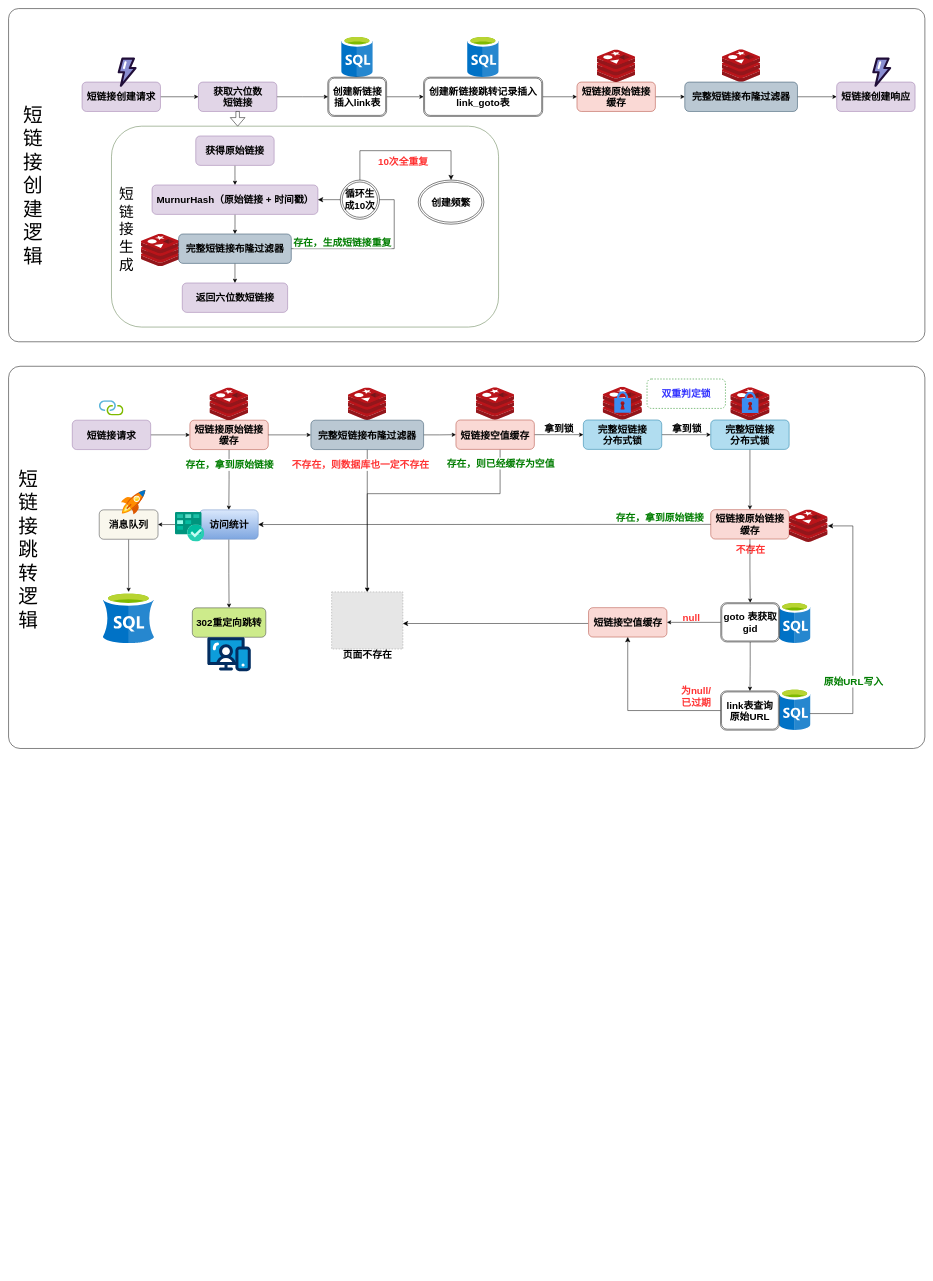
The draw.io diagram 短链接跳转逻辑.drawio in ZZH86/Java_learn, before the edit. Source tidied: cells renumbered, new cells numbered last; positions are measured from the earlier drawing's top-left corner, leaving out a move shared by most shapes. Both pictures are drawn from the tidied source at 49%, with x=0, y=0 at pixel (8, 8). Pictures stored in the file or linked from it are replaced by grey dashed boxes.
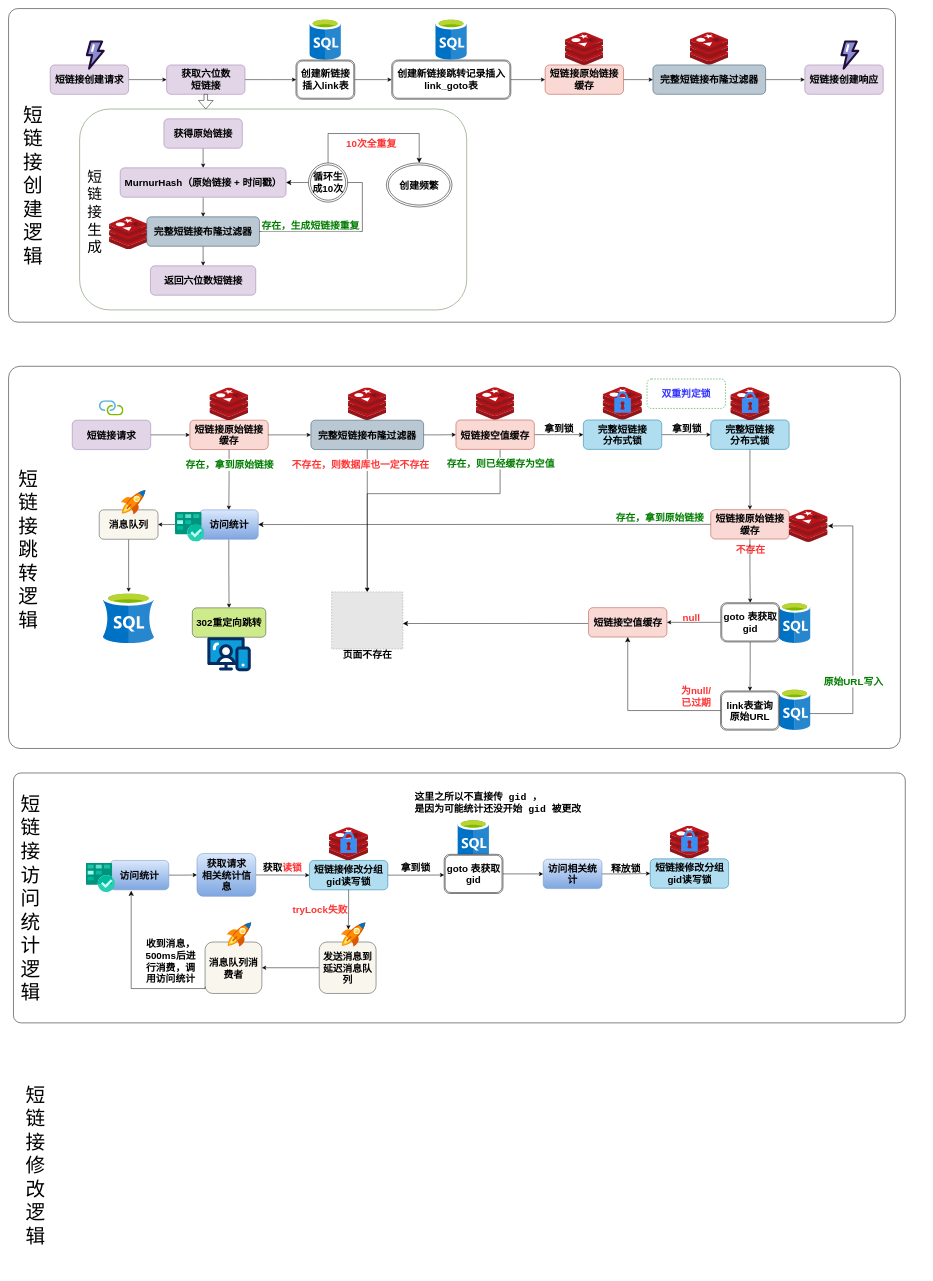
The same page after the edit.

Commit message (it also covers changes not shown here):
更新短链接跳转逻辑.drawio

Diff of the diagram source:
```diff
@@
+    <mxCell id="102" style="rounded=1;whiteSpace=wrap;html=1;arcSize=3;" parent="1" vertex="1">
+      <mxGeometry x="10" y="1560" width="1820" height="510" as="geometry" />
+    </mxCell>
     <mxCell id="2" style="rounded=1;whiteSpace=wrap;html=1;arcSize=3;" parent="1" vertex="1">
-      <mxGeometry width="1870" height="680" as="geometry" />
+      <mxGeometry width="1810" height="640" as="geometry" />
     </mxCell>
     <mxCell id="3" style="rounded=1;whiteSpace=wrap;html=1;strokeColor=#557543;" parent="1" vertex="1">
-      <mxGeometry x="210" y="240" width="790" height="410" as="geometry" />
+      <mxGeometry x="145" y="205" width="790" height="410" as="geometry" />
     </mxCell>
     <mxCell id="4" style="rounded=1;whiteSpace=wrap;html=1;arcSize=3;" parent="1" vertex="1">
-      <mxGeometry y="730" width="1870" height="780" as="geometry" />
+      <mxGeometry y="730" width="1820" height="780" as="geometry" />
     </mxCell>
@@
     <mxCell id="68" value="&lt;font style=&quot;font-size: 20px;&quot;&gt;&lt;b&gt;短链接创建请求&lt;/b&gt;&lt;/font&gt;" style="rounded=1;whiteSpace=wrap;html=1;fillColor=#e1d5e7;strokeColor=#9673a6;" parent="1" vertex="1">
-      <mxGeometry x="150" y="150" width="160" height="60" as="geometry" />
+      <mxGeometry x="85" y="115" width="160" height="60" as="geometry" />
     </mxCell>
     <mxCell id="69" style="verticalLabelPosition=bottom;html=1;shape=mxgraph.salesforce.platform;" parent="1" vertex="1">
-      <mxGeometry x="222.5" y="100" width="39" height="60" as="geometry" />
+      <mxGeometry x="157.5" y="65" width="39" height="60" as="geometry" />
     </mxCell>
     <mxCell id="70" style="edgeStyle=orthogonalEdgeStyle;rounded=0;jettySize=auto;html=1;" parent="1" edge="1" source="71">
       <mxGeometry relative="1" as="geometry">
-        <mxPoint x="652" y="180" as="targetPoint" />
+        <mxPoint x="587" y="145" as="targetPoint" />
       </mxGeometry>
     </mxCell>
     <mxCell id="71" value="&lt;font style=&quot;font-size: 20px;&quot;&gt;&lt;b&gt;获取六位数&lt;br&gt;短链接&lt;/b&gt;&lt;/font&gt;" style="rounded=1;whiteSpace=wrap;html=1;fillColor=#e1d5e7;strokeColor=#9673a6;" parent="1" vertex="1">
-      <mxGeometry x="387.5" y="150" width="160" height="60" as="geometry" />
+      <mxGeometry x="322.5" y="115" width="160" height="60" as="geometry" />
     </mxCell>
@@
     <mxCell id="73" value="&lt;span style=&quot;font-size: 20px;&quot;&gt;&lt;b&gt;获得原始链接&lt;/b&gt;&lt;/span&gt;" style="rounded=1;whiteSpace=wrap;html=1;fillColor=#e1d5e7;strokeColor=#9673a6;" parent="1" vertex="1">
-      <mxGeometry x="382" y="260" width="160" height="60" as="geometry" />
+      <mxGeometry x="317" y="225" width="160" height="60" as="geometry" />
     </mxCell>
@@
     <mxCell id="75" value="&lt;span style=&quot;font-size: 20px;&quot;&gt;&lt;b&gt;MurnurHash（原始链接 + 时间戳）&lt;/b&gt;&lt;/span&gt;" style="rounded=1;whiteSpace=wrap;html=1;fillColor=#e1d5e7;strokeColor=#9673a6;" parent="1" vertex="1">
-      <mxGeometry x="292.8" y="360" width="338.5" height="60" as="geometry" />
+      <mxGeometry x="227.8" y="325" width="338.5" height="60" as="geometry" />
     </mxCell>
     <mxCell id="76" style="image;sketch=0;html=1;align=center;fontSize=12;image=img/lib/mscae/Cache_Redis_Product.svg;" parent="1" vertex="1">
-      <mxGeometry x="270.5" y="460" width="79" height="66.4" as="geometry" />
+      <mxGeometry x="205.5" y="425" width="79" height="66.4" as="geometry" />
     </mxCell>
@@
     <mxCell id="78" value="&lt;span style=&quot;font-size: 20px;&quot;&gt;&lt;b&gt;完整短链接布隆过滤器&lt;/b&gt;&lt;/span&gt;" style="rounded=1;whiteSpace=wrap;html=1;fillColor=#bac8d3;strokeColor=#23445d;" parent="1" vertex="1">
-      <mxGeometry x="347" y="460" width="230" height="60" as="geometry" />
+      <mxGeometry x="282" y="425" width="230" height="60" as="geometry" />
     </mxCell>
     <mxCell id="79" style="edgeStyle=elbowEdgeStyle;elbow=horizontal;endArrow=classic;html=1;curved=0;rounded=0;endSize=8;startSize=8;exitX=1;exitY=0.5;exitDx=0;exitDy=0;entryX=1;entryY=0.5;entryDx=0;entryDy=0;" parent="1" edge="1" source="78" target="75">
       <mxGeometry relative="1" as="geometry">
         <Array as="points">
-          <mxPoint x="787" y="460" />
+          <mxPoint x="722" y="425" />
         </Array>
       </mxGeometry>
     </mxCell>
     <mxCell id="80" value="&lt;font color=&quot;#007d00&quot; style=&quot;font-size: 20px;&quot;&gt;&lt;b&gt;存在，生成短链接重复&lt;/b&gt;&lt;/font&gt;" style="edgeLabel;html=1;align=center;verticalAlign=middle;" parent="1" vertex="1">
-      <mxGeometry x="687" y="430" as="geometry">
+      <mxGeometry x="622" y="395" as="geometry">
         <mxPoint x="-7" y="46" as="offset" />
       </mxGeometry>
     </mxCell>
     <mxCell id="81" value="&lt;b&gt;&lt;font style=&quot;font-size: 20px;&quot;&gt;循环生成10次&lt;/font&gt;&lt;/b&gt;" style="ellipse;shape=doubleEllipse;whiteSpace=wrap;html=1;" parent="1" vertex="1">
-      <mxGeometry x="677" y="350" width="80" height="80" as="geometry" />
+      <mxGeometry x="612" y="315" width="80" height="80" as="geometry" />
     </mxCell>
     <mxCell id="82" value="&lt;span style=&quot;font-size: 20px;&quot;&gt;&lt;b&gt;返回六位数短链接&lt;/b&gt;&lt;/span&gt;" style="rounded=1;whiteSpace=wrap;html=1;fillColor=#e1d5e7;strokeColor=#9673a6;" parent="1" vertex="1">
-      <mxGeometry x="354.5" y="560" width="215" height="60" as="geometry" />
+      <mxGeometry x="289.5" y="525" width="215" height="60" as="geometry" />
     </mxCell>
     <mxCell id="83" style="image;sketch=0;html=1;align=center;fontSize=12;image=img/lib/mscae/SQL_Database_generic.svg;" parent="1" vertex="1">
-      <mxGeometry x="679.2" y="55" width="64.6" height="85" as="geometry" />
+      <mxGeometry x="614.2" y="20" width="64.6" height="85" as="geometry" />
     </mxCell>
@@
     <mxCell id="85" value="&lt;font style=&quot;font-size: 20px;&quot;&gt;&lt;b&gt;创建新链接插入link表&lt;/b&gt;&lt;/font&gt;" style="shape=ext;double=1;rounded=1;whiteSpace=wrap;html=1;" parent="1" vertex="1">
-      <mxGeometry x="651.5" y="140" width="120" height="80" as="geometry" />
+      <mxGeometry x="586.5" y="105" width="120" height="80" as="geometry" />
     </mxCell>
@@
     <mxCell id="87" value="&lt;font style=&quot;font-size: 20px;&quot;&gt;&lt;b&gt;创建新链接跳转记录插入link_goto表&lt;/b&gt;&lt;/font&gt;" style="shape=ext;double=1;rounded=1;whiteSpace=wrap;html=1;" parent="1" vertex="1">
-      <mxGeometry x="847" y="140" width="243" height="80" as="geometry" />
+      <mxGeometry x="782" y="105" width="243" height="80" as="geometry" />
     </mxCell>
     <mxCell id="88" style="image;sketch=0;html=1;align=center;fontSize=12;image=img/lib/mscae/SQL_Database_generic.svg;" parent="1" vertex="1">
-      <mxGeometry x="936.2" y="55" width="64.6" height="85" as="geometry" />
+      <mxGeometry x="871.2" y="20" width="64.6" height="85" as="geometry" />
     </mxCell>
@@
     <mxCell id="90" value="&lt;span style=&quot;font-size: 20px;&quot;&gt;&lt;b&gt;短链接原始链接缓存&lt;/b&gt;&lt;/span&gt;" style="rounded=1;whiteSpace=wrap;html=1;fillColor=#fad9d5;strokeColor=#ae4132;" parent="1" vertex="1">
-      <mxGeometry x="1160" y="150" width="160" height="60" as="geometry" />
+      <mxGeometry x="1095" y="115" width="160" height="60" as="geometry" />
     </mxCell>
     <mxCell id="91" style="image;sketch=0;html=1;align=center;fontSize=12;image=img/lib/mscae/Cache_Redis_Product.svg;" parent="1" vertex="1">
-      <mxGeometry x="1200.5" y="84" width="79" height="66.4" as="geometry" />
+      <mxGeometry x="1135.5" y="49" width="79" height="66.4" as="geometry" />
     </mxCell>
     <mxCell id="92" style="image;sketch=0;html=1;align=center;fontSize=12;image=img/lib/mscae/Cache_Redis_Product.svg;" parent="1" vertex="1">
-      <mxGeometry x="1455.5" y="83.6" width="79" height="66.4" as="geometry" />
+      <mxGeometry x="1390.5" y="48.6" width="79" height="66.4" as="geometry" />
     </mxCell>
@@
     <mxCell id="94" value="&lt;span style=&quot;font-size: 20px;&quot;&gt;&lt;b&gt;完整短链接布隆过滤器&lt;/b&gt;&lt;/span&gt;" style="rounded=1;whiteSpace=wrap;html=1;fillColor=#bac8d3;strokeColor=#23445d;" parent="1" vertex="1">
-      <mxGeometry x="1380" y="150" width="230" height="60" as="geometry" />
+      <mxGeometry x="1315" y="115" width="230" height="60" as="geometry" />
     </mxCell>
     <mxCell id="95" value="&lt;font style=&quot;font-size: 20px;&quot;&gt;&lt;b&gt;短链接创建响应&lt;/b&gt;&lt;/font&gt;" style="rounded=1;whiteSpace=wrap;html=1;fillColor=#e1d5e7;strokeColor=#9673a6;" parent="1" vertex="1">
-      <mxGeometry x="1690" y="150" width="160" height="60" as="geometry" />
+      <mxGeometry x="1625" y="115" width="160" height="60" as="geometry" />
     </mxCell>
     <mxCell id="96" style="verticalLabelPosition=bottom;html=1;shape=mxgraph.salesforce.platform;" parent="1" vertex="1">
-      <mxGeometry x="1762.5" y="100" width="39" height="60" as="geometry" />
+      <mxGeometry x="1697.5" y="65" width="39" height="60" as="geometry" />
     </mxCell>
     <mxCell id="97" value="&lt;font style=&quot;font-size: 30px;&quot;&gt;短链接&lt;br&gt;生成&lt;br&gt;&lt;/font&gt;" style="text;html=1;strokeColor=none;fillColor=none;align=center;verticalAlign=middle;whiteSpace=wrap;rounded=0;" parent="1" vertex="1">
-      <mxGeometry x="210.5" y="280" width="60" height="340" as="geometry" />
+      <mxGeometry x="145.5" y="245" width="60" height="340" as="geometry" />
     </mxCell>
     <mxCell id="98" style="shape=singleArrow;direction=south;whiteSpace=wrap;html=1;arrowWidth=0.24057889225507484;arrowSize=0.5845293468899172;" parent="1" vertex="1">
-      <mxGeometry x="452.5" y="210" width="30" height="30" as="geometry" />
+      <mxGeometry x="387.5" y="175" width="30" height="30" as="geometry" />
     </mxCell>
     <mxCell id="99" value="&lt;font style=&quot;font-size: 20px;&quot;&gt;&lt;b&gt;创建频繁&lt;/b&gt;&lt;/font&gt;" style="ellipse;shape=doubleEllipse;whiteSpace=wrap;html=1;" parent="1" vertex="1">
-      <mxGeometry x="836" y="350" width="134" height="90" as="geometry" />
+      <mxGeometry x="771" y="315" width="134" height="90" as="geometry" />
     </mxCell>
     <mxCell id="100" style="edgeStyle=elbowEdgeStyle;elbow=vertical;endArrow=classic;html=1;curved=0;rounded=0;endSize=8;startSize=8;exitX=0.5;exitY=0;exitDx=0;exitDy=0;entryX=0.5;entryY=0;entryDx=0;entryDy=0;" parent="1" edge="1" source="81" target="99">
       <mxGeometry relative="1" as="geometry">
         <Array as="points">
-          <mxPoint x="820" y="290" />
+          <mxPoint x="755" y="255" />
         </Array>
       </mxGeometry>
     </mxCell>
     <mxCell id="101" value="&lt;font color=&quot;#ff3333&quot;&gt;&lt;span style=&quot;font-size: 20px;&quot;&gt;&lt;b&gt;10次全重复&lt;/b&gt;&lt;/span&gt;&lt;/font&gt;" style="edgeLabel;html=1;align=center;verticalAlign=middle;" parent="1" vertex="1">
-      <mxGeometry x="804.7" y="310" as="geometry" />
+      <mxGeometry x="739.7" y="275" as="geometry" />
     </mxCell>
+    <mxCell id="103" value="&lt;font style=&quot;font-size: 40px;&quot;&gt;短链接访问统计逻辑&lt;/font&gt;" style="text;html=1;strokeColor=none;fillColor=none;align=center;verticalAlign=middle;whiteSpace=wrap;rounded=0;" parent="1" vertex="1">
+      <mxGeometry x="10" y="1595" width="70" height="440" as="geometry" />
+    </mxCell>
+    <mxCell id="104" style="edgeStyle=orthogonalEdgeStyle;rounded=0;jettySize=auto;html=1;" parent="1" edge="1" source="105" target="108">
+      <mxGeometry relative="1" as="geometry" />
+    </mxCell>
+    <mxCell id="105" value="&lt;font style=&quot;font-size: 20px;&quot;&gt;&lt;b&gt;访问统计&lt;/b&gt;&lt;/font&gt;" style="rounded=1;whiteSpace=wrap;html=1;fillColor=#dae8fc;gradientColor=#7ea6e0;strokeColor=#6c8ebf;" parent="1" vertex="1">
+      <mxGeometry x="207" y="1738.5" width="120" height="60" as="geometry" />
+    </mxCell>
+    <mxCell id="106" style="image;sketch=0;html=1;align=center;fontSize=12;image=img/lib/mscae/Azure_Boards.svg;" parent="1" vertex="1">
+      <mxGeometry x="157.5" y="1743.5" width="60" height="60" as="geometry" />
+    </mxCell>
+    <mxCell id="107" style="edgeStyle=orthogonalEdgeStyle;rounded=0;jettySize=auto;html=1;" parent="1" edge="1" source="108" target="112">
+      <mxGeometry relative="1" as="geometry" />
+    </mxCell>
+    <mxCell id="108" value="&lt;font style=&quot;font-size: 20px;&quot;&gt;&lt;b&gt;获取请求&lt;br&gt;相关统计信息&lt;/b&gt;&lt;/font&gt;" style="rounded=1;whiteSpace=wrap;html=1;fillColor=#dae8fc;gradientColor=#7ea6e0;strokeColor=#6c8ebf;" parent="1" vertex="1">
+      <mxGeometry x="384.5" y="1724.3" width="120" height="87.5" as="geometry" />
+    </mxCell>
+    <mxCell id="109" style="image;sketch=0;html=1;align=center;fontSize=12;image=img/lib/mscae/Cache_Redis_Product.svg;" parent="1" vertex="1">
+      <mxGeometry x="654" y="1671.3" width="80" height="67.2" as="geometry" />
+    </mxCell>
+    <mxCell id="110" style="sketch=0;html=1;strokeColor=none;shadow=0;fillColor=#3B8DF1;verticalAlign=top;labelPosition=center;verticalLabelPosition=bottom;shape=mxgraph.gcp2.lock;" parent="1" vertex="1">
+      <mxGeometry x="677.1" y="1680.1" width="33.9" height="43.4" as="geometry" />
+    </mxCell>
+    <mxCell id="111" style="edgeStyle=orthogonalEdgeStyle;rounded=0;jettySize=auto;html=1;" parent="1" edge="1" source="112">
+      <mxGeometry relative="1" as="geometry">
+        <mxPoint x="889" y="1768.2" as="targetPoint" />
+      </mxGeometry>
+    </mxCell>
+    <mxCell id="112" value="&lt;span style=&quot;font-size: 20px;&quot;&gt;&lt;b&gt;短链接修改分组gid读写锁&lt;/b&gt;&lt;/span&gt;" style="rounded=1;whiteSpace=wrap;html=1;fillColor=#b1ddf0;strokeColor=#10739e;" parent="1" vertex="1">
+      <mxGeometry x="614" y="1738.5" width="160" height="60" as="geometry" />
+    </mxCell>
+    <mxCell id="113" value="&lt;b style=&quot;border-color: var(--border-color); color: rgb(0, 0, 0); font-family: Helvetica; font-size: 20px; font-style: normal; font-variant-ligatures: normal; font-variant-caps: normal; letter-spacing: normal; orphans: 2; text-align: center; text-indent: 0px; text-transform: none; widows: 2; word-spacing: 0px; -webkit-text-stroke-width: 0px; background-color: rgb(251, 251, 251); text-decoration-thickness: initial; text-decoration-style: initial; text-decoration-color: initial;&quot;&gt;获取&lt;/b&gt;&lt;b style=&quot;border-color: var(--border-color); font-family: Helvetica; font-size: 20px; font-style: normal; font-variant-ligatures: normal; font-variant-caps: normal; letter-spacing: normal; orphans: 2; text-align: center; text-indent: 0px; text-transform: none; widows: 2; word-spacing: 0px; -webkit-text-stroke-width: 0px; background-color: rgb(251, 251, 251); text-decoration-thickness: initial; text-decoration-style: initial; text-decoration-color: initial;&quot;&gt;&lt;font color=&quot;#ff3333&quot;&gt;读&lt;/font&gt;&lt;/b&gt;&lt;b style=&quot;border-color: var(--border-color); font-family: Helvetica; font-size: 20px; font-style: normal; font-variant-ligatures: normal; font-variant-caps: normal; letter-spacing: normal; orphans: 2; text-align: center; text-indent: 0px; text-transform: none; widows: 2; word-spacing: 0px; -webkit-text-stroke-width: 0px; background-color: rgb(251, 251, 251); text-decoration-thickness: initial; text-decoration-style: initial; text-decoration-color: initial;&quot;&gt;&lt;font color=&quot;#ff3333&quot;&gt;锁&lt;/font&gt;&lt;/b&gt;" style="text;whiteSpace=wrap;html=1;" parent="1" vertex="1">
+      <mxGeometry x="517" y="1735.2" width="90" height="30" as="geometry" />
+    </mxCell>
+    <mxCell id="114" value="&lt;div style=&quot;text-align: center;&quot;&gt;&lt;span style=&quot;background-color: initial; font-size: 20px;&quot;&gt;&lt;b&gt;拿到锁&lt;/b&gt;&lt;/span&gt;&lt;/div&gt;" style="text;whiteSpace=wrap;html=1;" parent="1" vertex="1">
+      <mxGeometry x="799" y="1735.2" width="90" height="30" as="geometry" />
+    </mxCell>
+    <mxCell id="115" style="edgeStyle=orthogonalEdgeStyle;rounded=0;jettySize=auto;html=1;entryX=0.495;entryY=-0.026;entryDx=0;entryDy=0;entryPerimeter=0;" parent="1" edge="1" source="112">
+      <mxGeometry relative="1" as="geometry">
+        <mxPoint x="693.4" y="1879.4" as="targetPoint" />
+      </mxGeometry>
+    </mxCell>
+    <mxCell id="116" value="&lt;div style=&quot;text-align: center;&quot;&gt;&lt;span style=&quot;background-color: initial; font-size: 20px;&quot;&gt;&lt;b&gt;&lt;font color=&quot;#ff3333&quot;&gt;tryLock失败&lt;/font&gt;&lt;/b&gt;&lt;/span&gt;&lt;/div&gt;" style="text;whiteSpace=wrap;html=1;" parent="1" vertex="1">
+      <mxGeometry x="577.5" y="1821" width="116.5" height="30" as="geometry" />
+    </mxCell>
+    <mxCell id="117" style="edgeStyle=orthogonalEdgeStyle;rounded=0;jettySize=auto;html=1;" parent="1" edge="1" source="118" target="130">
+      <mxGeometry relative="1" as="geometry" />
+    </mxCell>
+    <mxCell id="118" value="&lt;font style=&quot;font-size: 20px;&quot;&gt;&lt;b&gt;发送消息到延迟&lt;/b&gt;&lt;b style=&quot;background-color: initial;&quot;&gt;消息队列&lt;/b&gt;&lt;b&gt;&lt;br&gt;&lt;/b&gt;&lt;/font&gt;" style="rounded=1;whiteSpace=wrap;html=1;fillColor=#f9f7ed;strokeColor=#36393d;" parent="1" vertex="1">
+      <mxGeometry x="634" y="1905" width="116" height="105" as="geometry" />
+    </mxCell>
+    <mxCell id="119" style="image;sketch=0;html=1;align=center;fontSize=12;image=img/lib/mscae/Quick_Start_Center.svg;" parent="1" vertex="1">
+      <mxGeometry x="679" y="1865" width="50" height="50" as="geometry" />
+    </mxCell>
+    <mxCell id="120" value="&lt;pre style=&quot;font-family: 宋体, monospace; line-height: 30%; font-size: 20px;&quot;&gt;&lt;span style=&quot;background-color: rgb(255, 255, 255);&quot;&gt;&lt;b style=&quot;&quot;&gt;&lt;font style=&quot;font-size: 20px;&quot;&gt;这里之所以不直接传&lt;span style=&quot;font-family: &amp;quot;JetBrains Mono&amp;quot;, monospace;&quot;&gt; gid &lt;/span&gt;，&lt;/font&gt;&lt;/b&gt;&lt;/span&gt;&lt;/pre&gt;&lt;pre style=&quot;font-family: 宋体, monospace; line-height: 30%; font-size: 20px;&quot;&gt;&lt;span style=&quot;background-color: rgb(255, 255, 255);&quot;&gt;&lt;b style=&quot;&quot;&gt;&lt;font style=&quot;font-size: 20px;&quot;&gt;是因为可能统计还没开始&lt;span style=&quot;font-family: &amp;quot;JetBrains Mono&amp;quot;, monospace;&quot;&gt; gid &lt;/span&gt;被更改&lt;/font&gt;&lt;/b&gt;&lt;/span&gt;&lt;/pre&gt;" style="text;whiteSpace=wrap;html=1;" parent="1" vertex="1">
+      <mxGeometry x="827" y="1579.5" width="308.5" height="74" as="geometry" />
+    </mxCell>
+    <mxCell id="121" style="image;sketch=0;html=1;align=center;fontSize=12;image=img/lib/mscae/SQL_Database_generic.svg;" parent="1" vertex="1">
+      <mxGeometry x="916.4" y="1653.5" width="64.6" height="85" as="geometry" />
+    </mxCell>
+    <mxCell id="122" style="edgeStyle=orthogonalEdgeStyle;rounded=0;jettySize=auto;html=1;" parent="1" edge="1" source="123" target="125">
+      <mxGeometry relative="1" as="geometry" />
+    </mxCell>
+    <mxCell id="123" value="&lt;font style=&quot;font-size: 20px;&quot;&gt;&lt;b&gt;goto 表获取gid&lt;/b&gt;&lt;/font&gt;" style="shape=ext;double=1;rounded=1;whiteSpace=wrap;html=1;" parent="1" vertex="1">
+      <mxGeometry x="889" y="1726" width="120" height="80" as="geometry" />
+    </mxCell>
+    <mxCell id="124" style="edgeStyle=orthogonalEdgeStyle;rounded=0;jettySize=auto;html=1;" parent="1" edge="1" source="125" target="128">
+      <mxGeometry relative="1" as="geometry" />
+    </mxCell>
+    <mxCell id="125" value="&lt;span style=&quot;font-size: 20px;&quot;&gt;&lt;b&gt;访问相关统计&lt;/b&gt;&lt;/span&gt;" style="rounded=1;whiteSpace=wrap;html=1;fillColor=#dae8fc;gradientColor=#7ea6e0;strokeColor=#6c8ebf;" parent="1" vertex="1">
+      <mxGeometry x="1091.1" y="1736" width="120" height="60" as="geometry" />
+    </mxCell>
+    <mxCell id="126" style="image;sketch=0;html=1;align=center;fontSize=12;image=img/lib/mscae/Cache_Redis_Product.svg;" parent="1" vertex="1">
+      <mxGeometry x="1349.5" y="1668" width="80" height="67.2" as="geometry" />
+    </mxCell>
+    <mxCell id="127" style="sketch=0;html=1;strokeColor=none;shadow=0;fillColor=#3B8DF1;verticalAlign=top;labelPosition=center;verticalLabelPosition=bottom;shape=mxgraph.gcp2.lock;" parent="1" vertex="1">
+      <mxGeometry x="1372.6" y="1676.8" width="33.9" height="43.4" as="geometry" />
+    </mxCell>
+    <mxCell id="128" value="&lt;span style=&quot;font-size: 20px;&quot;&gt;&lt;b&gt;短链接修改分组gid读写锁&lt;/b&gt;&lt;/span&gt;" style="rounded=1;whiteSpace=wrap;html=1;fillColor=#b1ddf0;strokeColor=#10739e;" parent="1" vertex="1">
+      <mxGeometry x="1309.5" y="1735.2" width="160" height="60" as="geometry" />
+    </mxCell>
+    <mxCell id="129" value="&lt;div style=&quot;text-align: center;&quot;&gt;&lt;span style=&quot;background-color: initial; font-size: 20px;&quot;&gt;&lt;b&gt;释放锁&lt;/b&gt;&lt;/span&gt;&lt;/div&gt;" style="text;whiteSpace=wrap;html=1;" parent="1" vertex="1">
+      <mxGeometry x="1227.5" y="1736" width="90" height="30" as="geometry" />
+    </mxCell>
+    <mxCell id="130" value="&lt;font style=&quot;font-size: 20px;&quot;&gt;&lt;b&gt;消息队列消费者&lt;br&gt;&lt;/b&gt;&lt;/font&gt;" style="rounded=1;whiteSpace=wrap;html=1;fillColor=#f9f7ed;strokeColor=#36393d;" parent="1" vertex="1">
+      <mxGeometry x="401" y="1905" width="116" height="105" as="geometry" />
+    </mxCell>
+    <mxCell id="131" style="image;sketch=0;html=1;align=center;fontSize=12;image=img/lib/mscae/Quick_Start_Center.svg;" parent="1" vertex="1">
+      <mxGeometry x="446" y="1865" width="50" height="50" as="geometry" />
+    </mxCell>
+    <mxCell id="132" style="edgeStyle=elbowEdgeStyle;elbow=vertical;endArrow=classic;html=1;curved=0;rounded=0;endSize=8;startSize=8;exitX=-0.001;exitY=0.868;exitDx=0;exitDy=0;entryX=0.132;entryY=0.471;entryDx=0;entryDy=0;entryPerimeter=0;exitPerimeter=0;" parent="1" edge="1" source="130" target="102">
+      <mxGeometry relative="1" as="geometry">
+        <Array as="points">
+          <mxPoint x="320" y="2000" />
+        </Array>
+      </mxGeometry>
+    </mxCell>
+    <mxCell id="133" value="&lt;div style=&quot;text-align: center;&quot;&gt;&lt;span style=&quot;font-size: 20px;&quot;&gt;&lt;b&gt;收到消息，500ms后进行消费，调用访问统计&lt;/b&gt;&lt;/span&gt;&lt;/div&gt;" style="text;whiteSpace=wrap;html=1;" parent="1" vertex="1">
+      <mxGeometry x="274.5" y="1890" width="110" height="110" as="geometry" />
+    </mxCell>
+    <mxCell id="134" value="&lt;font style=&quot;font-size: 40px;&quot;&gt;短链接修改逻辑&lt;/font&gt;" style="text;html=1;strokeColor=none;fillColor=none;align=center;verticalAlign=middle;whiteSpace=wrap;rounded=0;" parent="1" vertex="1">
+      <mxGeometry x="20" y="2140" width="70" height="440" as="geometry" />
+    </mxCell>
```
